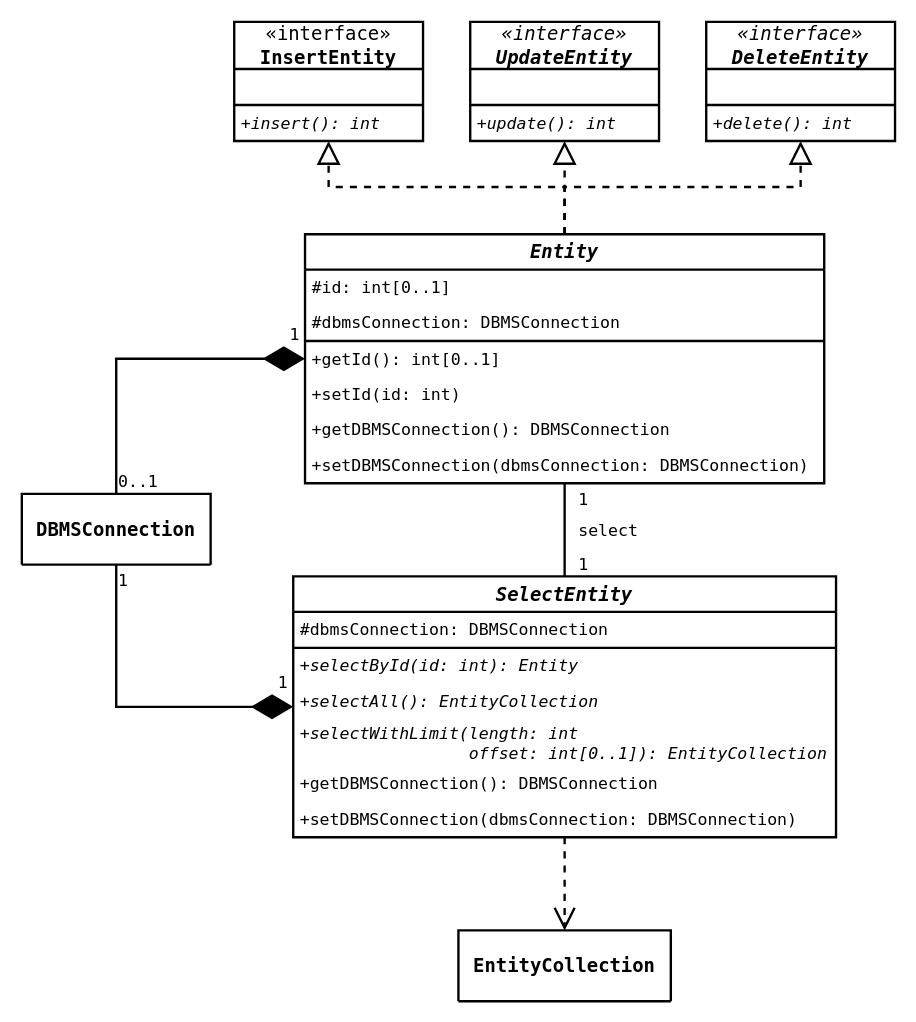
Before: page "entities" (5 of 7) of docs/uml/PHPeacock.drawio in AntoineToPHPin/PHPeacock, a draw.io diagram. Source tidied: cells renumbered, new cells numbered last; positions are measured from the earlier drawing's top-left corner, leaving out a move shared by most shapes. Both pictures are drawn from the tidied source at 118%, with x=0, y=0 at pixel (21, 21).
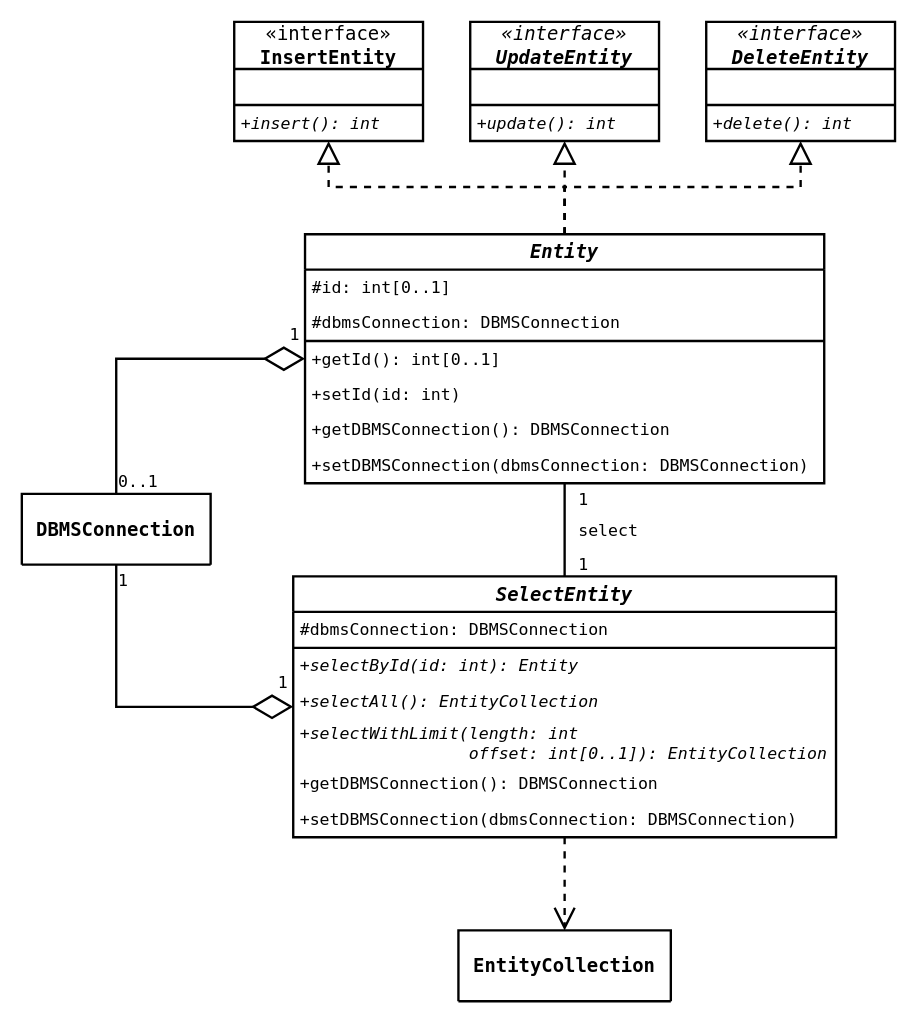
The same diagram, later.

The change refers to these unchanged cells:
```xml
<mxCell id="2" value="&lt;i&gt;Entity&lt;/i&gt;" style="swimlane;fontStyle=1;align=center;verticalAlign=middle;horizontal=1;startSize=30;fontSize=16;fontFamily=Lucida Console;strokeWidth=2;swimlaneLine=1;rounded=0;shadow=0;glass=0;swimlaneFillColor=none;fillColor=none;labelBackgroundColor=none;labelBorderColor=none;whiteSpace=wrap;html=1;noLabel=0;movableLabel=0;comic=0;" parent="1" vertex="1">
  <mxGeometry x="240" y="180" width="440" height="211" as="geometry" />
</mxCell>
<mxCell id="23" value="&lt;i&gt;SelectEntity&lt;/i&gt;" style="swimlane;fontStyle=1;align=center;verticalAlign=middle;horizontal=1;startSize=30;fontSize=16;fontFamily=Lucida Console;strokeWidth=2;swimlaneLine=1;rounded=0;shadow=0;glass=0;swimlaneFillColor=none;fillColor=none;labelBackgroundColor=none;labelBorderColor=none;whiteSpace=wrap;html=1;noLabel=0;movableLabel=0;comic=0;" parent="1" vertex="1">
  <mxGeometry x="230" y="470" width="460" height="221" as="geometry" />
</mxCell>
<mxCell id="31" value="DBMSConnection" style="swimlane;fontStyle=1;align=center;verticalAlign=middle;horizontal=1;startSize=90;fontSize=16;fontFamily=Lucida Console;strokeWidth=2;swimlaneLine=1;rounded=0;shadow=0;glass=0;swimlaneFillColor=none;fillColor=none;labelBackgroundColor=none;labelBorderColor=none;whiteSpace=wrap;html=1;noLabel=0;movableLabel=0;comic=0;" parent="1" vertex="1">
  <mxGeometry y="400" width="160" height="60" as="geometry" />
</mxCell>
```

The edit, as a diff of the source:
```diff
@@
-    <mxCell id="32" style="endArrow=none;html=1;strokeWidth=2;fontFamily=Lucida Console;fontSize=14;rounded=0;startArrow=diamondThin;startFill=1;startSize=30;edgeStyle=orthogonalEdgeStyle;endSize=5;" parent="1" edge="1" source="2" target="31">
+    <mxCell id="32" style="endArrow=none;html=1;strokeWidth=2;fontFamily=Lucida Console;fontSize=14;rounded=0;startArrow=diamondThin;startFill=0;startSize=30;edgeStyle=orthogonalEdgeStyle;endSize=5;" parent="1" edge="1" source="2" target="31">
       <mxGeometry relative="1" as="geometry">
         <Array as="points">
           <mxPoint x="80" y="285" />
         </Array>
       </mxGeometry>
     </mxCell>
@@
-    <mxCell id="43" style="endArrow=none;html=1;strokeWidth=2;fontFamily=Lucida Console;fontSize=14;rounded=0;startArrow=diamondThin;startFill=1;startSize=30;edgeStyle=orthogonalEdgeStyle;endSize=5;" parent="1" edge="1" source="23" target="31">
+    <mxCell id="43" style="endArrow=none;html=1;strokeWidth=2;fontFamily=Lucida Console;fontSize=14;rounded=0;startArrow=diamondThin;startFill=0;startSize=30;edgeStyle=orthogonalEdgeStyle;endSize=5;" parent="1" edge="1" source="23" target="31">
       <mxGeometry relative="1" as="geometry">
         <Array as="points">
           <mxPoint x="80" y="581" />
         </Array>
       </mxGeometry>
     </mxCell>
```
